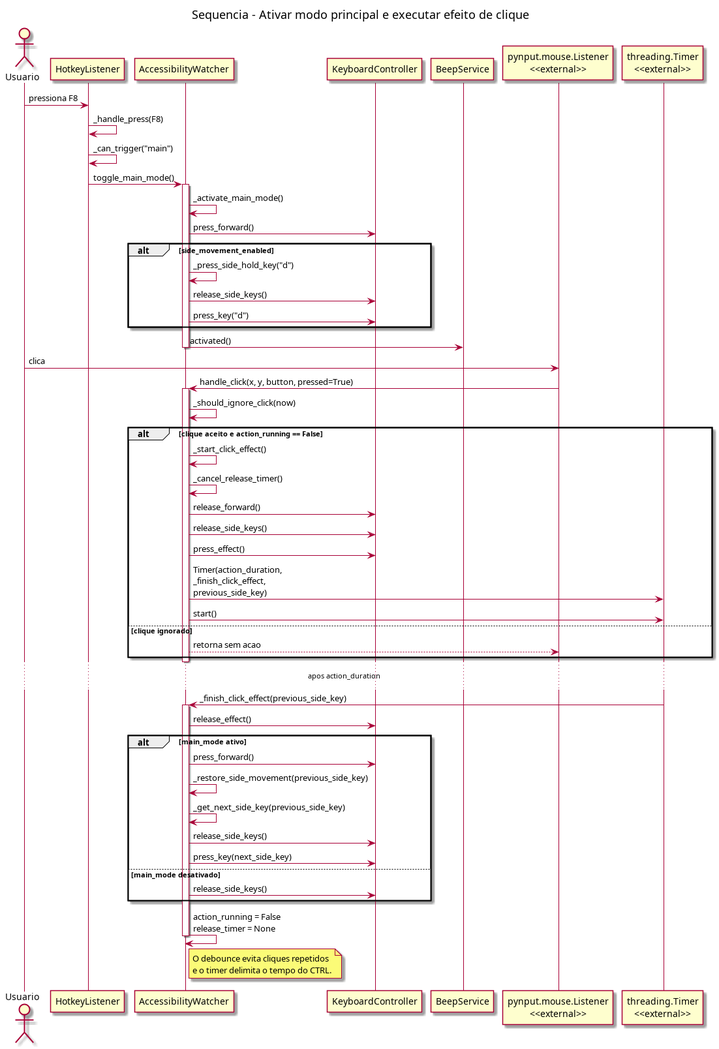
The PlantUML diagram docs/sequencia.png in clesiorki2018/cs2-watcher, before a commit. Its source is kept beside it as docs/sequencia.puml.
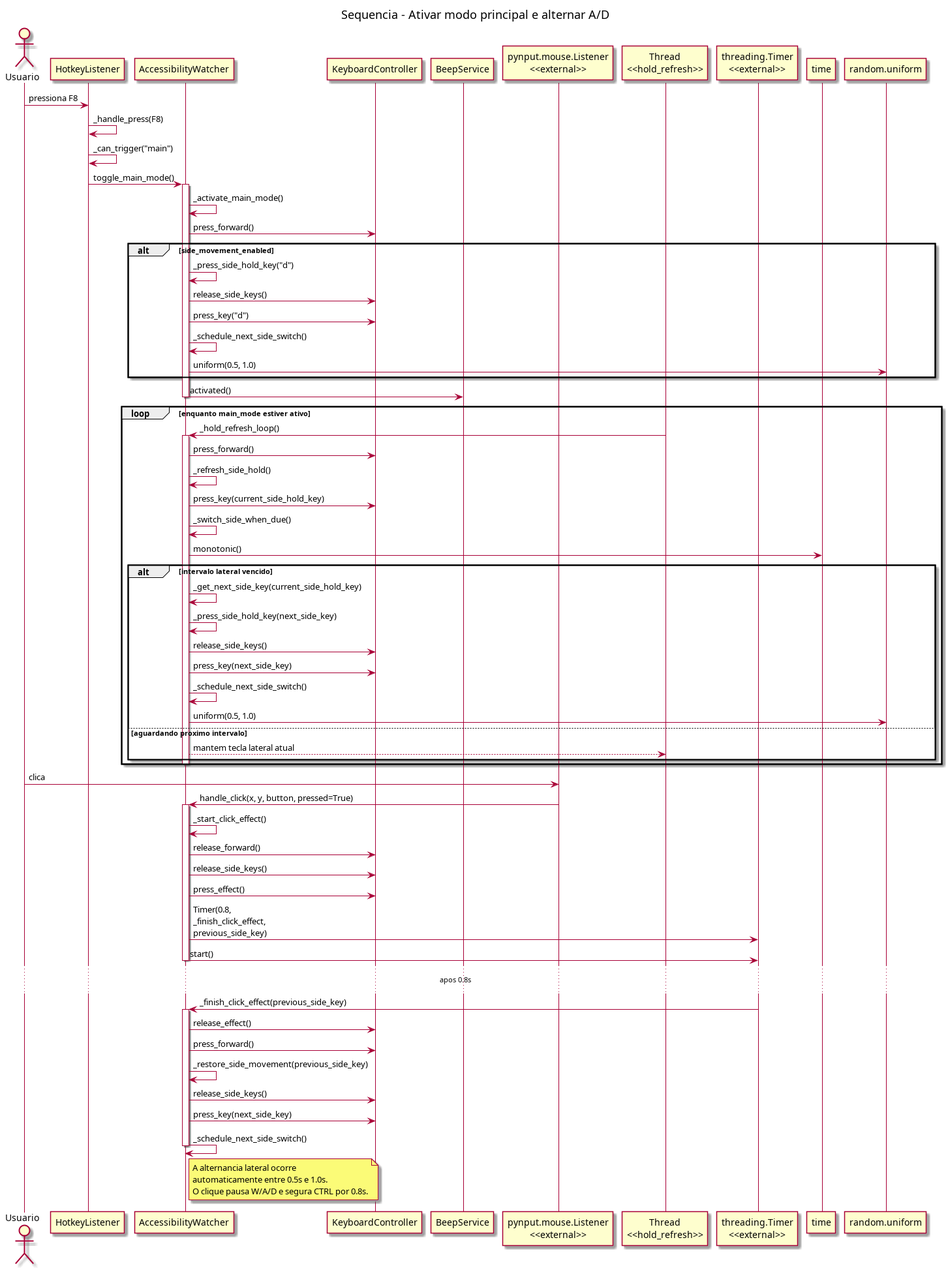
Later version of the same file.

The edit, as a diff of the source:
```diff
@@ -1,5 +1,5 @@
 @startuml
-title Sequencia - Ativar modo principal e executar efeito de clique
+title Sequencia - Ativar modo principal e alternar A/D
 
 actor Usuario
 participant "HotkeyListener" as Hotkeys
@@ -7,7 +7,10 @@
 participant "KeyboardController" as Keyboard
 participant "BeepService" as Beep
 participant "pynput.mouse.Listener\n<<external>>" as Mouse
+participant "Thread\n<<hold_refresh>>" as Refresh
 participant "threading.Timer\n<<external>>" as Timer
+participant "time" as TimeLib
+participant "random.uniform" as Random
 
 Usuario -> Hotkeys : pressiona F8
 Hotkeys -> Hotkeys : _handle_press(F8)
@@ -21,52 +24,63 @@
     Watcher -> Watcher : _press_side_hold_key("d")
     Watcher -> Keyboard : release_side_keys()
     Watcher -> Keyboard : press_key("d")
+    Watcher -> Watcher : _schedule_next_side_switch()
+    Watcher -> Random : uniform(0.5, 1.0)
 end
 
 Watcher -> Beep : activated()
 deactivate Watcher
 
+loop enquanto main_mode estiver ativo
+    Refresh -> Watcher : _hold_refresh_loop()
+    activate Watcher
+    Watcher -> Keyboard : press_forward()
+    Watcher -> Watcher : _refresh_side_hold()
+    Watcher -> Keyboard : press_key(current_side_hold_key)
+    Watcher -> Watcher : _switch_side_when_due()
+    Watcher -> TimeLib : monotonic()
+
+    alt intervalo lateral vencido
+        Watcher -> Watcher : _get_next_side_key(current_side_hold_key)
+        Watcher -> Watcher : _press_side_hold_key(next_side_key)
+        Watcher -> Keyboard : release_side_keys()
+        Watcher -> Keyboard : press_key(next_side_key)
+        Watcher -> Watcher : _schedule_next_side_switch()
+        Watcher -> Random : uniform(0.5, 1.0)
+    else aguardando proximo intervalo
+        Watcher --> Refresh : mantem tecla lateral atual
+    end
+
+    deactivate Watcher
+end
+
 Usuario -> Mouse : clica
 Mouse -> Watcher : handle_click(x, y, button, pressed=True)
 activate Watcher
-Watcher -> Watcher : _should_ignore_click(now)
-
-alt clique aceito e action_running == False
-    Watcher -> Watcher : _start_click_effect()
-    Watcher -> Watcher : _cancel_release_timer()
-    Watcher -> Keyboard : release_forward()
-    Watcher -> Keyboard : release_side_keys()
-    Watcher -> Keyboard : press_effect()
-    Watcher -> Timer : Timer(action_duration,\n_finish_click_effect,\nprevious_side_key)
-    Watcher -> Timer : start()
-else clique ignorado
-    Watcher --> Mouse : retorna sem acao
-end
-
+Watcher -> Watcher : _start_click_effect()
+Watcher -> Keyboard : release_forward()
+Watcher -> Keyboard : release_side_keys()
+Watcher -> Keyboard : press_effect()
+Watcher -> Timer : Timer(0.8,\n_finish_click_effect,\nprevious_side_key)
+Watcher -> Timer : start()
 deactivate Watcher
 
-... apos action_duration ...
+... apos 0.8s ...
 
 Timer -> Watcher : _finish_click_effect(previous_side_key)
 activate Watcher
 Watcher -> Keyboard : release_effect()
-
-alt main_mode ativo
-    Watcher -> Keyboard : press_forward()
-    Watcher -> Watcher : _restore_side_movement(previous_side_key)
-    Watcher -> Watcher : _get_next_side_key(previous_side_key)
-    Watcher -> Keyboard : release_side_keys()
-    Watcher -> Keyboard : press_key(next_side_key)
-else main_mode desativado
-    Watcher -> Keyboard : release_side_keys()
-end
-
-Watcher -> Watcher : action_running = False\nrelease_timer = None
+Watcher -> Keyboard : press_forward()
+Watcher -> Watcher : _restore_side_movement(previous_side_key)
+Watcher -> Keyboard : release_side_keys()
+Watcher -> Keyboard : press_key(next_side_key)
+Watcher -> Watcher : _schedule_next_side_switch()
 deactivate Watcher
 
 note right of Watcher
-O debounce evita cliques repetidos
-e o timer delimita o tempo do CTRL.
+A alternancia lateral ocorre
+automaticamente entre 0.5s e 1.0s.
+O clique pausa W/A/D e segura CTRL por 0.8s.
 end note
 
 @enduml
```
